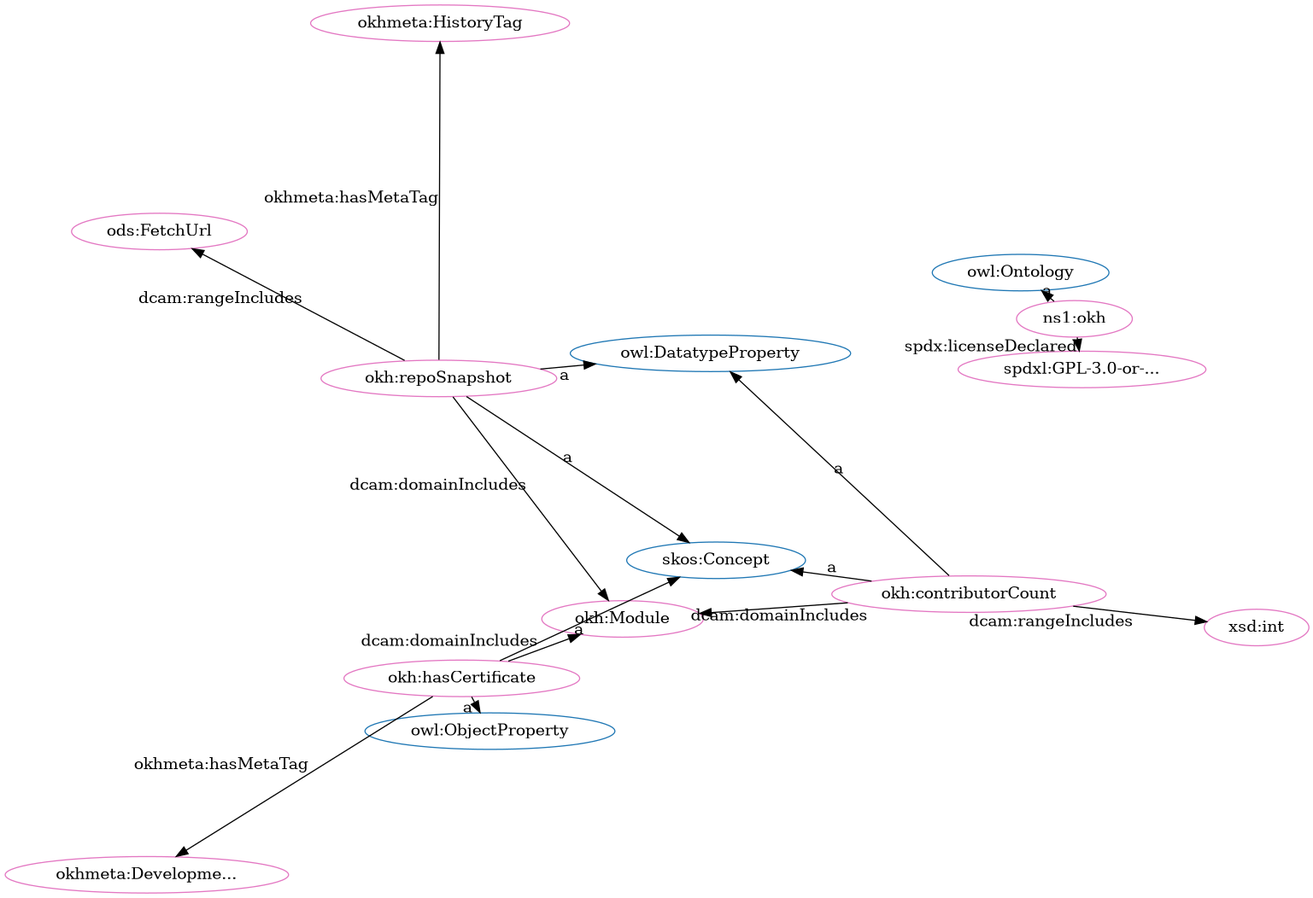
The Graphviz diagram src/spec/fdp_okh_proposed.png in iop-alliance/OpenKnowHow, before a commit. Its source is kept beside it as src/spec/fdp_okh_proposed.dot. Its diagram source:
```dot
digraph G {
  rankdir=BT
  node[height=.3]
"http://www.w3.org/2002/07/owl#Ontology" [fillcolor="#1f77b4" color="#1f77b4" label="owl:Ontology"]
"http://www.w3.org/2002/07/owl#DatatypeProperty" [fillcolor="#1f77b4" color="#1f77b4" label="owl:DatatypeProperty"]
"http://www.w3.org/2004/02/skos/core#Concept" [fillcolor="#1f77b4" color="#1f77b4" label="skos:Concept"]
"http://www.w3.org/2002/07/owl#ObjectProperty" [fillcolor="#1f77b4" color="#1f77b4" label="owl:ObjectProperty"]
"http://w3id.org/oseg/ont/okh#repoSnapshot" [fillcolor="#e377c2" color="#e377c2" label="okh:repoSnapshot"]
"http://w3id.org/oseg/ont/okh" [fillcolor="#e377c2" color="#e377c2" label="ns1:okh"]
"http://w3id.org/oseg/ont/okh#Module" [fillcolor="#e377c2" color="#e377c2" label="okh:Module"]
"http://w3id.org/oseg/ont/okhmeta#HistoryTag" [fillcolor="#e377c2" color="#e377c2" label="okhmeta:HistoryTag"]
"http://spdx.org/licenses/GPL-3.0-or-later" [fillcolor="#e377c2" color="#e377c2" label="spdxl:GPL-3.0-or-..."]
"http://w3id.org/oseg/ont/okh#hasCertificate" [fillcolor="#e377c2" color="#e377c2" label="okh:hasCertificate"]
"http://w3id.org/oseg/ont/okh#contributorCount" [fillcolor="#e377c2" color="#e377c2" label="okh:contributorCount"]
"http://w3id.org/oseg/ont/okhmeta#DevelopmentTag" [fillcolor="#e377c2" color="#e377c2" label="okhmeta:Developme..."]
"http://www.w3.org/2001/XMLSchema#int" [fillcolor="#e377c2" color="#e377c2" label="xsd:int"]
"http://w3id.org/oseg/ont/ods#FetchUrl" [fillcolor="#e377c2" color="#e377c2" label="ods:FetchUrl"]
  "http://w3id.org/oseg/ont/okh" -> "http://www.w3.org/2002/07/owl#Ontology" [label="a"]
  "http://w3id.org/oseg/ont/okh#repoSnapshot" -> "http://www.w3.org/2002/07/owl#DatatypeProperty" [label="a"]
  "http://w3id.org/oseg/ont/okh#hasCertificate" -> "http://www.w3.org/2002/07/owl#ObjectProperty" [label="a"]
  "http://w3id.org/oseg/ont/okh#hasCertificate" -> "http://w3id.org/oseg/ont/okh#Module" [label="dcam:domainIncludes"]
  "http://w3id.org/oseg/ont/okh#contributorCount" -> "http://www.w3.org/2002/07/owl#DatatypeProperty" [label="a"]
  "http://w3id.org/oseg/ont/okh#hasCertificate" -> "http://www.w3.org/2004/02/skos/core#Concept" [label="a"]
  "http://w3id.org/oseg/ont/okh#repoSnapshot" -> "http://w3id.org/oseg/ont/okh#Module" [label="dcam:domainIncludes"]
  "http://w3id.org/oseg/ont/okh#contributorCount" -> "http://www.w3.org/2001/XMLSchema#int" [label="dcam:rangeIncludes"]
  "http://w3id.org/oseg/ont/okh#repoSnapshot" -> "http://www.w3.org/2004/02/skos/core#Concept" [label="a"]
  "http://w3id.org/oseg/ont/okh#repoSnapshot" -> "http://w3id.org/oseg/ont/okhmeta#HistoryTag" [label="okhmeta:hasMetaTag"]
  "http://w3id.org/oseg/ont/okh#contributorCount" -> "http://w3id.org/oseg/ont/okh#Module" [label="dcam:domainIncludes"]
  "http://w3id.org/oseg/ont/okh" -> "http://spdx.org/licenses/GPL-3.0-or-later" [label="spdx:licenseDeclared"]
  "http://w3id.org/oseg/ont/okh#hasCertificate" -> "http://w3id.org/oseg/ont/okhmeta#DevelopmentTag" [label="okhmeta:hasMetaTag"]
  "http://w3id.org/oseg/ont/okh#contributorCount" -> "http://www.w3.org/2004/02/skos/core#Concept" [label="a"]
  "http://w3id.org/oseg/ont/okh#repoSnapshot" -> "http://w3id.org/oseg/ont/ods#FetchUrl" [label="dcam:rangeIncludes"]
}
```
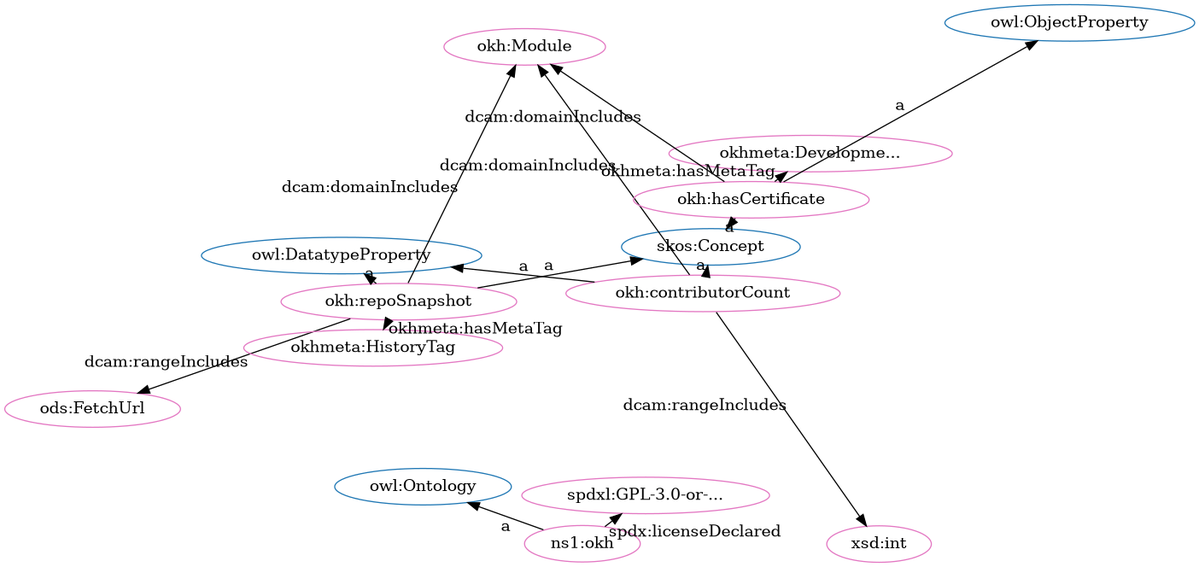
The same file after the commit.

The edit, as a diff of the source:
```diff
@@ -1,33 +1,33 @@
 digraph G {
   rankdir=BT
   node[height=.3]
+"http://www.w3.org/2002/07/owl#DatatypeProperty" [fillcolor="#1f77b4" color="#1f77b4" label="owl:DatatypeProperty"]
 "http://www.w3.org/2002/07/owl#Ontology" [fillcolor="#1f77b4" color="#1f77b4" label="owl:Ontology"]
-"http://www.w3.org/2002/07/owl#DatatypeProperty" [fillcolor="#1f77b4" color="#1f77b4" label="owl:DatatypeProperty"]
 "http://www.w3.org/2004/02/skos/core#Concept" [fillcolor="#1f77b4" color="#1f77b4" label="skos:Concept"]
 "http://www.w3.org/2002/07/owl#ObjectProperty" [fillcolor="#1f77b4" color="#1f77b4" label="owl:ObjectProperty"]
+"http://w3id.org/oseg/ont/okh#Module" [fillcolor="#e377c2" color="#e377c2" label="okh:Module"]
+"http://w3id.org/oseg/ont/okhmeta#DevelopmentTag" [fillcolor="#e377c2" color="#e377c2" label="okhmeta:Developme..."]
+"http://w3id.org/oseg/ont/okh#contributorCount" [fillcolor="#e377c2" color="#e377c2" label="okh:contributorCount"]
 "http://w3id.org/oseg/ont/okh#repoSnapshot" [fillcolor="#e377c2" color="#e377c2" label="okh:repoSnapshot"]
+"http://w3id.org/oseg/ont/okh#hasCertificate" [fillcolor="#e377c2" color="#e377c2" label="okh:hasCertificate"]
+"http://spdx.org/licenses/GPL-3.0-or-later" [fillcolor="#e377c2" color="#e377c2" label="spdxl:GPL-3.0-or-..."]
+"http://w3id.org/oseg/ont/ods#FetchUrl" [fillcolor="#e377c2" color="#e377c2" label="ods:FetchUrl"]
 "http://w3id.org/oseg/ont/okh" [fillcolor="#e377c2" color="#e377c2" label="ns1:okh"]
-"http://w3id.org/oseg/ont/okh#Module" [fillcolor="#e377c2" color="#e377c2" label="okh:Module"]
 "http://w3id.org/oseg/ont/okhmeta#HistoryTag" [fillcolor="#e377c2" color="#e377c2" label="okhmeta:HistoryTag"]
-"http://spdx.org/licenses/GPL-3.0-or-later" [fillcolor="#e377c2" color="#e377c2" label="spdxl:GPL-3.0-or-..."]
-"http://w3id.org/oseg/ont/okh#hasCertificate" [fillcolor="#e377c2" color="#e377c2" label="okh:hasCertificate"]
-"http://w3id.org/oseg/ont/okh#contributorCount" [fillcolor="#e377c2" color="#e377c2" label="okh:contributorCount"]
-"http://w3id.org/oseg/ont/okhmeta#DevelopmentTag" [fillcolor="#e377c2" color="#e377c2" label="okhmeta:Developme..."]
 "http://www.w3.org/2001/XMLSchema#int" [fillcolor="#e377c2" color="#e377c2" label="xsd:int"]
-"http://w3id.org/oseg/ont/ods#FetchUrl" [fillcolor="#e377c2" color="#e377c2" label="ods:FetchUrl"]
-  "http://w3id.org/oseg/ont/okh" -> "http://www.w3.org/2002/07/owl#Ontology" [label="a"]
-  "http://w3id.org/oseg/ont/okh#repoSnapshot" -> "http://www.w3.org/2002/07/owl#DatatypeProperty" [label="a"]
-  "http://w3id.org/oseg/ont/okh#hasCertificate" -> "http://www.w3.org/2002/07/owl#ObjectProperty" [label="a"]
   "http://w3id.org/oseg/ont/okh#hasCertificate" -> "http://w3id.org/oseg/ont/okh#Module" [label="dcam:domainIncludes"]
   "http://w3id.org/oseg/ont/okh#contributorCount" -> "http://www.w3.org/2002/07/owl#DatatypeProperty" [label="a"]
+  "http://w3id.org/oseg/ont/okh#contributorCount" -> "http://www.w3.org/2004/02/skos/core#Concept" [label="a"]
+  "http://w3id.org/oseg/ont/okh" -> "http://spdx.org/licenses/GPL-3.0-or-later" [label="spdx:licenseDeclared"]
+  "http://w3id.org/oseg/ont/okh#repoSnapshot" -> "http://w3id.org/oseg/ont/ods#FetchUrl" [label="dcam:rangeIncludes"]
+  "http://w3id.org/oseg/ont/okh#contributorCount" -> "http://w3id.org/oseg/ont/okh#Module" [label="dcam:domainIncludes"]
+  "http://w3id.org/oseg/ont/okh#hasCertificate" -> "http://w3id.org/oseg/ont/okhmeta#DevelopmentTag" [label="okhmeta:hasMetaTag"]
+  "http://w3id.org/oseg/ont/okh#repoSnapshot" -> "http://www.w3.org/2004/02/skos/core#Concept" [label="a"]
+  "http://w3id.org/oseg/ont/okh#repoSnapshot" -> "http://www.w3.org/2002/07/owl#DatatypeProperty" [label="a"]
   "http://w3id.org/oseg/ont/okh#hasCertificate" -> "http://www.w3.org/2004/02/skos/core#Concept" [label="a"]
   "http://w3id.org/oseg/ont/okh#repoSnapshot" -> "http://w3id.org/oseg/ont/okh#Module" [label="dcam:domainIncludes"]
+  "http://w3id.org/oseg/ont/okh" -> "http://www.w3.org/2002/07/owl#Ontology" [label="a"]
+  "http://w3id.org/oseg/ont/okh#repoSnapshot" -> "http://w3id.org/oseg/ont/okhmeta#HistoryTag" [label="okhmeta:hasMetaTag"]
+  "http://w3id.org/oseg/ont/okh#hasCertificate" -> "http://www.w3.org/2002/07/owl#ObjectProperty" [label="a"]
   "http://w3id.org/oseg/ont/okh#contributorCount" -> "http://www.w3.org/2001/XMLSchema#int" [label="dcam:rangeIncludes"]
-  "http://w3id.org/oseg/ont/okh#repoSnapshot" -> "http://www.w3.org/2004/02/skos/core#Concept" [label="a"]
-  "http://w3id.org/oseg/ont/okh#repoSnapshot" -> "http://w3id.org/oseg/ont/okhmeta#HistoryTag" [label="okhmeta:hasMetaTag"]
-  "http://w3id.org/oseg/ont/okh#contributorCount" -> "http://w3id.org/oseg/ont/okh#Module" [label="dcam:domainIncludes"]
-  "http://w3id.org/oseg/ont/okh" -> "http://spdx.org/licenses/GPL-3.0-or-later" [label="spdx:licenseDeclared"]
-  "http://w3id.org/oseg/ont/okh#hasCertificate" -> "http://w3id.org/oseg/ont/okhmeta#DevelopmentTag" [label="okhmeta:hasMetaTag"]
-  "http://w3id.org/oseg/ont/okh#contributorCount" -> "http://www.w3.org/2004/02/skos/core#Concept" [label="a"]
-  "http://w3id.org/oseg/ont/okh#repoSnapshot" -> "http://w3id.org/oseg/ont/ods#FetchUrl" [label="dcam:rangeIncludes"]
 }
```
